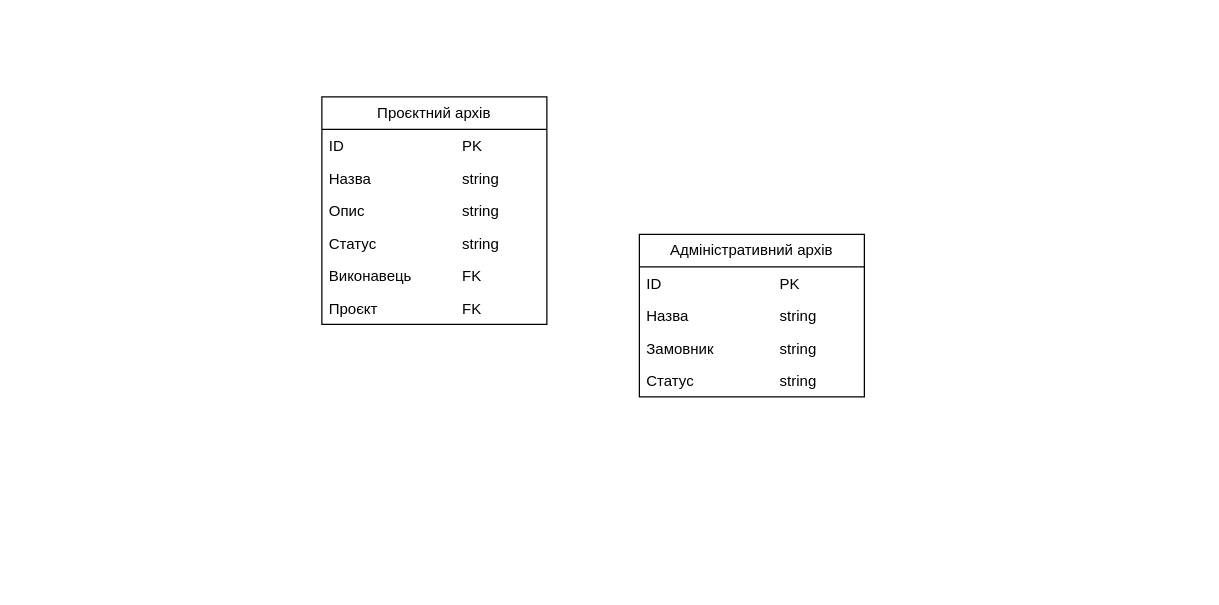
Earlier version of the draw.io diagram Діаграма без назви.drawio (IKatiaI/ads-nahorna-kp13). Source tidied: cells renumbered, new cells numbered last; positions are measured from the earlier drawing's top-left corner, leaving out a move shared by most shapes. Both pictures are drawn from the tidied source at 125%, with x=0, y=0 at pixel (321, 96).
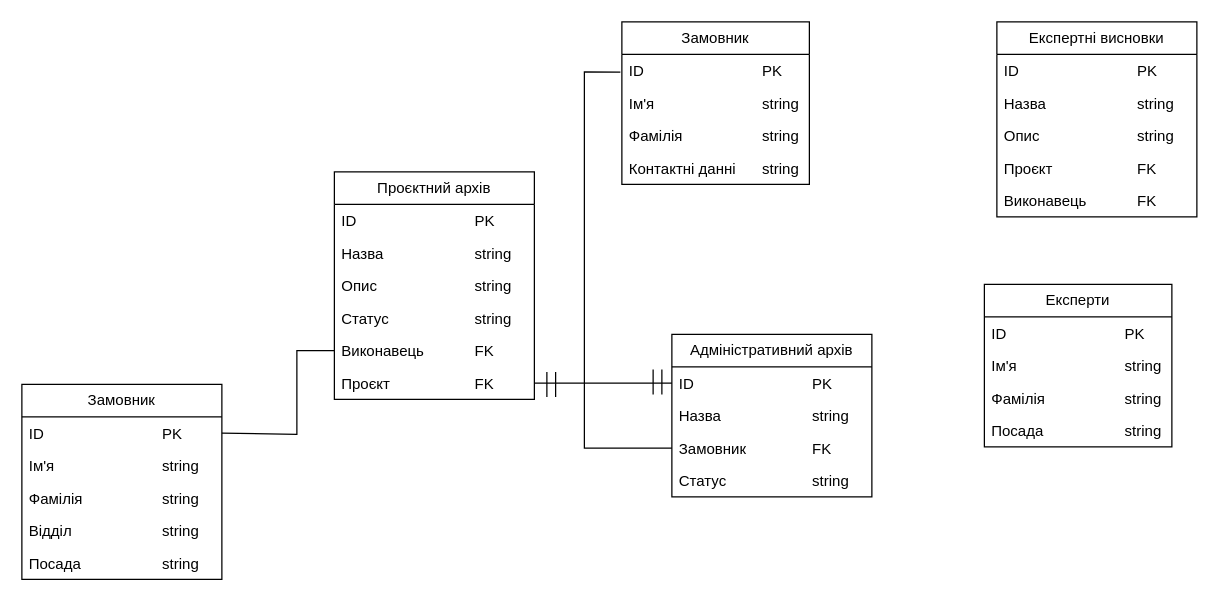
After the change.

The edit, as a diff of the source:
```diff
@@
     <mxCell id="2" value="Адміністративний архів" style="swimlane;fontStyle=0;horizontal=1;startSize=26;fillColor=none;whiteSpace=wrap;html=1;" parent="1" vertex="1">
-      <mxGeometry x="254" y="110" width="180" height="130" as="geometry" />
+      <mxGeometry x="280" y="190" width="160" height="130" as="geometry" />
     </mxCell>
     <mxCell id="3" value="ID&amp;nbsp;&lt;span style=&quot;white-space: pre;&quot;&gt;&#9;&lt;/span&gt;&lt;span style=&quot;white-space: pre;&quot;&gt;&#9;&lt;/span&gt;&lt;span style=&quot;white-space: pre;&quot;&gt;&#9;&lt;/span&gt;&lt;span style=&quot;white-space: pre;&quot;&gt;&#9;&lt;/span&gt;PK" style="text;strokeColor=none;fillColor=none;align=left;verticalAlign=top;spacingLeft=4;spacingRight=4;overflow=hidden;points=[[0,0.5],[1,0.5]];portConstraint=eastwest;whiteSpace=wrap;html=1;" parent="2" vertex="1">
-      <mxGeometry y="26" width="180" height="26" as="geometry" />
+      <mxGeometry y="26" width="160" height="26" as="geometry" />
     </mxCell>
     <mxCell id="4" value="Назва&lt;span style=&quot;white-space: pre;&quot;&gt;&#9;&lt;/span&gt;&lt;span style=&quot;white-space: pre;&quot;&gt;&#9;&lt;/span&gt;&lt;span style=&quot;white-space: pre;&quot;&gt;&#9;&lt;/span&gt;string" style="text;strokeColor=none;fillColor=none;align=left;verticalAlign=top;spacingLeft=4;spacingRight=4;overflow=hidden;whiteSpace=wrap;html=1;" parent="2" vertex="1">
-      <mxGeometry y="52" width="180" height="26" as="geometry" />
+      <mxGeometry y="52" width="160" height="26" as="geometry" />
     </mxCell>
-    <mxCell id="5" value="Замовник&lt;span style=&quot;white-space: pre;&quot;&gt;&#9;&lt;/span&gt;&lt;span style=&quot;white-space: pre;&quot;&gt;&#9;&lt;/span&gt;string" style="text;strokeColor=none;fillColor=none;align=left;verticalAlign=top;spacingLeft=4;spacingRight=4;overflow=hidden;points=[[0,0.5],[1,0.5]];portConstraint=eastwest;whiteSpace=wrap;html=1;" parent="2" vertex="1">
-      <mxGeometry y="78" width="180" height="26" as="geometry" />
+    <mxCell id="5" value="Замовник&lt;span style=&quot;white-space: pre;&quot;&gt;&#9;&lt;/span&gt;&lt;span style=&quot;white-space: pre;&quot;&gt;&#9;&lt;/span&gt;FK" style="text;strokeColor=none;fillColor=none;align=left;verticalAlign=top;spacingLeft=4;spacingRight=4;overflow=hidden;points=[[0,0.5],[1,0.5]];portConstraint=eastwest;whiteSpace=wrap;html=1;" parent="2" vertex="1">
+      <mxGeometry y="78" width="160" height="26" as="geometry" />
     </mxCell>
     <mxCell id="6" value="Статус&lt;span style=&quot;white-space: pre;&quot;&gt;&#9;&lt;/span&gt;&lt;span style=&quot;white-space: pre;&quot;&gt;&#9;&lt;/span&gt;&lt;span style=&quot;white-space: pre;&quot;&gt;&#9;&lt;/span&gt;string" style="text;strokeColor=none;fillColor=none;align=left;verticalAlign=top;spacingLeft=4;spacingRight=4;overflow=hidden;whiteSpace=wrap;html=1;" parent="2" vertex="1">
-      <mxGeometry y="104" width="180" height="26" as="geometry" />
+      <mxGeometry y="104" width="160" height="26" as="geometry" />
     </mxCell>
     <mxCell id="7" value="Проєктний архів" style="swimlane;fontStyle=0;horizontal=1;startSize=26;fillColor=none;whiteSpace=wrap;html=1;" parent="1" vertex="1">
-      <mxGeometry width="180" height="182" as="geometry" />
+      <mxGeometry x="10" y="60" width="160" height="182" as="geometry" />
     </mxCell>
     <mxCell id="8" value="ID&amp;nbsp;&lt;span style=&quot;white-space: pre;&quot;&gt;&#9;&lt;/span&gt;&lt;span style=&quot;white-space: pre;&quot;&gt;&#9;&lt;/span&gt;&lt;span style=&quot;white-space: pre;&quot;&gt;&#9;&lt;/span&gt;&lt;span style=&quot;white-space: pre;&quot;&gt;&#9;&lt;/span&gt;PK" style="text;strokeColor=none;fillColor=none;align=left;verticalAlign=top;spacingLeft=4;spacingRight=4;overflow=hidden;whiteSpace=wrap;html=1;" parent="7" vertex="1">
-      <mxGeometry y="26" width="180" height="26" as="geometry" />
+      <mxGeometry y="26" width="160" height="26" as="geometry" />
     </mxCell>
     <mxCell id="9" value="Назва&lt;span style=&quot;white-space: pre;&quot;&gt;&#9;&lt;/span&gt;&lt;span style=&quot;white-space: pre;&quot;&gt;&#9;&lt;/span&gt;&lt;span style=&quot;white-space: pre;&quot;&gt;&#9;&lt;/span&gt;string" style="text;strokeColor=none;fillColor=none;align=left;verticalAlign=top;spacingLeft=4;spacingRight=4;overflow=hidden;whiteSpace=wrap;html=1;" parent="7" vertex="1">
-      <mxGeometry y="52" width="180" height="26" as="geometry" />
+      <mxGeometry y="52" width="160" height="26" as="geometry" />
     </mxCell>
     <mxCell id="10" value="Опис&lt;span style=&quot;white-space: pre;&quot;&gt;&#9;&lt;/span&gt;&lt;span style=&quot;white-space: pre;&quot;&gt;&#9;&lt;/span&gt;&lt;span style=&quot;white-space: pre;&quot;&gt;&#9;&lt;/span&gt;string" style="text;strokeColor=none;fillColor=none;align=left;verticalAlign=top;spacingLeft=4;spacingRight=4;overflow=hidden;whiteSpace=wrap;html=1;" parent="7" vertex="1">
-      <mxGeometry y="78" width="180" height="26" as="geometry" />
+      <mxGeometry y="78" width="160" height="26" as="geometry" />
     </mxCell>
     <mxCell id="11" value="Статус&lt;span style=&quot;white-space: pre;&quot;&gt;&#9;&lt;/span&gt;&lt;span style=&quot;white-space: pre;&quot;&gt;&#9;&lt;/span&gt;&lt;span style=&quot;white-space: pre;&quot;&gt;&#9;&lt;/span&gt;string" style="text;strokeColor=none;fillColor=none;align=left;verticalAlign=top;spacingLeft=4;spacingRight=4;overflow=hidden;whiteSpace=wrap;html=1;" parent="7" vertex="1">
-      <mxGeometry y="104" width="180" height="26" as="geometry" />
+      <mxGeometry y="104" width="160" height="26" as="geometry" />
     </mxCell>
     <mxCell id="12" value="Виконавець&lt;span style=&quot;white-space: pre;&quot;&gt;&#9;&lt;/span&gt;&lt;span style=&quot;white-space: pre;&quot;&gt;&#9;&lt;/span&gt;FK" style="text;strokeColor=none;fillColor=none;align=left;verticalAlign=top;spacingLeft=4;spacingRight=4;overflow=hidden;points=[[0,0.5],[1,0.5]];portConstraint=eastwest;whiteSpace=wrap;html=1;" parent="7" vertex="1">
-      <mxGeometry y="130" width="180" height="26" as="geometry" />
+      <mxGeometry y="130" width="160" height="26" as="geometry" />
     </mxCell>
     <mxCell id="13" value="Проєкт&lt;span style=&quot;white-space: pre;&quot;&gt;&#9;&lt;/span&gt;&lt;span style=&quot;white-space: pre;&quot;&gt;&#9;&lt;/span&gt;&lt;span style=&quot;white-space: pre;&quot;&gt;&#9;&lt;/span&gt;FK" style="text;strokeColor=none;fillColor=none;align=left;verticalAlign=top;spacingLeft=4;spacingRight=4;overflow=hidden;points=[[0,0.5],[1,0.5]];portConstraint=eastwest;whiteSpace=wrap;html=1;" parent="7" vertex="1">
-      <mxGeometry y="156" width="180" height="26" as="geometry" />
+      <mxGeometry y="156" width="160" height="26" as="geometry" />
     </mxCell>
+    <mxCell id="14" value="Замовник" style="swimlane;fontStyle=0;horizontal=1;startSize=26;fillColor=none;whiteSpace=wrap;html=1;" parent="1" vertex="1">
+      <mxGeometry x="240" y="-60" width="150" height="130" as="geometry" />
+    </mxCell>
+    <mxCell id="15" value="ID&amp;nbsp;&lt;span style=&quot;white-space: pre;&quot;&gt;&#9;&lt;/span&gt;&lt;span style=&quot;white-space: pre;&quot;&gt;&#9;&lt;/span&gt;&lt;span style=&quot;white-space: pre;&quot;&gt;&#9;&lt;/span&gt;&lt;span style=&quot;white-space: pre;&quot;&gt;&#9;&lt;/span&gt;PK" style="text;strokeColor=none;fillColor=none;align=left;verticalAlign=top;spacingLeft=4;spacingRight=4;overflow=hidden;points=[[0,0.5],[1,0.5]];portConstraint=eastwest;whiteSpace=wrap;html=1;" parent="14" vertex="1">
+      <mxGeometry y="26" width="150" height="26" as="geometry" />
+    </mxCell>
+    <mxCell id="16" value="Ім'я&lt;span style=&quot;white-space: pre;&quot;&gt;&#9;&lt;/span&gt;&lt;span style=&quot;white-space: pre;&quot;&gt;&#9;&lt;/span&gt;&lt;span style=&quot;white-space: pre;&quot;&gt;&#9;&lt;/span&gt;&lt;span style=&quot;white-space: pre;&quot;&gt;&#9;&lt;/span&gt;string" style="text;strokeColor=none;fillColor=none;align=left;verticalAlign=top;spacingLeft=4;spacingRight=4;overflow=hidden;whiteSpace=wrap;html=1;" parent="14" vertex="1">
+      <mxGeometry y="52" width="150" height="26" as="geometry" />
+    </mxCell>
+    <mxCell id="17" value="Фамілія&lt;span style=&quot;white-space: pre;&quot;&gt;&#9;&lt;/span&gt;&lt;span style=&quot;white-space: pre;&quot;&gt;&#9;&lt;/span&gt;&lt;span style=&quot;white-space: pre;&quot;&gt;&#9;&lt;/span&gt;string" style="text;strokeColor=none;fillColor=none;align=left;verticalAlign=top;spacingLeft=4;spacingRight=4;overflow=hidden;whiteSpace=wrap;html=1;" parent="14" vertex="1">
+      <mxGeometry y="78" width="150" height="26" as="geometry" />
+    </mxCell>
+    <mxCell id="18" value="Контактні данні&lt;span style=&quot;white-space: pre;&quot;&gt;&#9;&lt;/span&gt;string" style="text;strokeColor=none;fillColor=none;align=left;verticalAlign=top;spacingLeft=4;spacingRight=4;overflow=hidden;whiteSpace=wrap;html=1;" parent="14" vertex="1">
+      <mxGeometry y="104" width="150" height="26" as="geometry" />
+    </mxCell>
+    <mxCell id="19" value="Замовник" style="swimlane;fontStyle=0;horizontal=1;startSize=26;fillColor=none;whiteSpace=wrap;html=1;" parent="1" vertex="1">
+      <mxGeometry x="-240" y="230" width="160" height="156" as="geometry" />
+    </mxCell>
+    <mxCell id="20" value="ID&amp;nbsp;&lt;span style=&quot;white-space: pre;&quot;&gt;&#9;&lt;/span&gt;&lt;span style=&quot;white-space: pre;&quot;&gt;&#9;&lt;/span&gt;&lt;span style=&quot;white-space: pre;&quot;&gt;&#9;&lt;/span&gt;&lt;span style=&quot;white-space: pre;&quot;&gt;&#9;&lt;/span&gt;PK" style="text;strokeColor=none;fillColor=none;align=left;verticalAlign=top;spacingLeft=4;spacingRight=4;overflow=hidden;points=[[0,0.5],[1,0.5]];portConstraint=eastwest;whiteSpace=wrap;html=1;" parent="19" vertex="1">
+      <mxGeometry y="26" width="160" height="26" as="geometry" />
+    </mxCell>
+    <mxCell id="21" value="Ім'я&lt;span style=&quot;white-space: pre;&quot;&gt;&#9;&lt;/span&gt;&lt;span style=&quot;white-space: pre;&quot;&gt;&#9;&lt;/span&gt;&lt;span style=&quot;white-space: pre;&quot;&gt;&#9;&lt;/span&gt;&lt;span style=&quot;white-space: pre;&quot;&gt;&#9;&lt;/span&gt;string" style="text;strokeColor=none;fillColor=none;align=left;verticalAlign=top;spacingLeft=4;spacingRight=4;overflow=hidden;whiteSpace=wrap;html=1;" parent="19" vertex="1">
+      <mxGeometry y="52" width="160" height="26" as="geometry" />
+    </mxCell>
+    <mxCell id="22" value="Фамілія&lt;span style=&quot;white-space: pre;&quot;&gt;&#9;&lt;/span&gt;&lt;span style=&quot;white-space: pre;&quot;&gt;&#9;&lt;/span&gt;&lt;span style=&quot;white-space: pre;&quot;&gt;&#9;&lt;/span&gt;string" style="text;strokeColor=none;fillColor=none;align=left;verticalAlign=top;spacingLeft=4;spacingRight=4;overflow=hidden;whiteSpace=wrap;html=1;" parent="19" vertex="1">
+      <mxGeometry y="78" width="160" height="26" as="geometry" />
+    </mxCell>
+    <mxCell id="23" value="Відділ&lt;span style=&quot;white-space: pre;&quot;&gt;&#9;&lt;/span&gt;&lt;span style=&quot;white-space: pre;&quot;&gt;&#9;&lt;/span&gt;&lt;span style=&quot;white-space: pre;&quot;&gt;&#9;&lt;/span&gt;string" style="text;strokeColor=none;fillColor=none;align=left;verticalAlign=top;spacingLeft=4;spacingRight=4;overflow=hidden;whiteSpace=wrap;html=1;" parent="19" vertex="1">
+      <mxGeometry y="104" width="160" height="26" as="geometry" />
+    </mxCell>
+    <mxCell id="24" value="Посада&lt;span style=&quot;white-space: pre;&quot;&gt;&#9;&lt;/span&gt;&lt;span style=&quot;white-space: pre;&quot;&gt;&#9;&lt;/span&gt;&lt;span style=&quot;white-space: pre;&quot;&gt;&#9;&lt;/span&gt;string" style="text;strokeColor=none;fillColor=none;align=left;verticalAlign=top;spacingLeft=4;spacingRight=4;overflow=hidden;whiteSpace=wrap;html=1;" parent="19" vertex="1">
+      <mxGeometry y="130" width="160" height="26" as="geometry" />
+    </mxCell>
+    <mxCell id="25" value="Експерти" style="swimlane;fontStyle=0;horizontal=1;startSize=26;fillColor=none;whiteSpace=wrap;html=1;" parent="1" vertex="1">
+      <mxGeometry x="530" y="150" width="150" height="130" as="geometry" />
+    </mxCell>
+    <mxCell id="26" value="ID&amp;nbsp;&lt;span style=&quot;white-space: pre;&quot;&gt;&#9;&lt;/span&gt;&lt;span style=&quot;white-space: pre;&quot;&gt;&#9;&lt;/span&gt;&lt;span style=&quot;white-space: pre;&quot;&gt;&#9;&lt;/span&gt;&lt;span style=&quot;white-space: pre;&quot;&gt;&#9;&lt;/span&gt;PK" style="text;strokeColor=none;fillColor=none;align=left;verticalAlign=top;spacingLeft=4;spacingRight=4;overflow=hidden;whiteSpace=wrap;html=1;" parent="25" vertex="1">
+      <mxGeometry y="26" width="150" height="26" as="geometry" />
+    </mxCell>
+    <mxCell id="27" value="Ім'я&lt;span style=&quot;white-space: pre;&quot;&gt;&#9;&lt;/span&gt;&lt;span style=&quot;white-space: pre;&quot;&gt;&#9;&lt;/span&gt;&lt;span style=&quot;white-space: pre;&quot;&gt;&#9;&lt;/span&gt;&lt;span style=&quot;white-space: pre;&quot;&gt;&#9;&lt;/span&gt;string" style="text;strokeColor=none;fillColor=none;align=left;verticalAlign=top;spacingLeft=4;spacingRight=4;overflow=hidden;whiteSpace=wrap;html=1;" parent="25" vertex="1">
+      <mxGeometry y="52" width="150" height="26" as="geometry" />
+    </mxCell>
+    <mxCell id="28" value="Фамілія&lt;span style=&quot;white-space: pre;&quot;&gt;&#9;&lt;/span&gt;&lt;span style=&quot;white-space: pre;&quot;&gt;&#9;&lt;/span&gt;&lt;span style=&quot;white-space: pre;&quot;&gt;&#9;&lt;/span&gt;string" style="text;strokeColor=none;fillColor=none;align=left;verticalAlign=top;spacingLeft=4;spacingRight=4;overflow=hidden;whiteSpace=wrap;html=1;" parent="25" vertex="1">
+      <mxGeometry y="78" width="150" height="26" as="geometry" />
+    </mxCell>
+    <mxCell id="29" value="Посада&lt;span style=&quot;white-space: pre;&quot;&gt;&#9;&lt;/span&gt;&lt;span style=&quot;white-space: pre;&quot;&gt;&#9;&lt;/span&gt;&lt;span style=&quot;white-space: pre;&quot;&gt;&#9;&lt;/span&gt;string" style="text;strokeColor=none;fillColor=none;align=left;verticalAlign=top;spacingLeft=4;spacingRight=4;overflow=hidden;whiteSpace=wrap;html=1;" parent="25" vertex="1">
+      <mxGeometry y="104" width="150" height="26" as="geometry" />
+    </mxCell>
+    <mxCell id="30" value="Експертні висновки" style="swimlane;fontStyle=0;horizontal=1;startSize=26;fillColor=none;whiteSpace=wrap;html=1;" parent="1" vertex="1">
+      <mxGeometry x="540" y="-60" width="160" height="156" as="geometry" />
+    </mxCell>
+    <mxCell id="31" value="ID&amp;nbsp;&lt;span style=&quot;white-space: pre;&quot;&gt;&#9;&lt;/span&gt;&lt;span style=&quot;white-space: pre;&quot;&gt;&#9;&lt;/span&gt;&lt;span style=&quot;white-space: pre;&quot;&gt;&#9;&lt;/span&gt;&lt;span style=&quot;white-space: pre;&quot;&gt;&#9;&lt;/span&gt;PK" style="text;strokeColor=none;fillColor=none;align=left;verticalAlign=top;spacingLeft=4;spacingRight=4;overflow=hidden;whiteSpace=wrap;html=1;" parent="30" vertex="1">
+      <mxGeometry y="26" width="160" height="26" as="geometry" />
+    </mxCell>
+    <mxCell id="32" value="Назва&lt;span style=&quot;white-space: pre;&quot;&gt;&#9;&lt;/span&gt;&lt;span style=&quot;white-space: pre;&quot;&gt;&#9;&lt;/span&gt;&lt;span style=&quot;white-space: pre;&quot;&gt;&#9;&lt;/span&gt;string" style="text;strokeColor=none;fillColor=none;align=left;verticalAlign=top;spacingLeft=4;spacingRight=4;overflow=hidden;whiteSpace=wrap;html=1;" parent="30" vertex="1">
+      <mxGeometry y="52" width="160" height="26" as="geometry" />
+    </mxCell>
+    <mxCell id="33" value="Опис&lt;span style=&quot;white-space: pre;&quot;&gt;&#9;&lt;/span&gt;&lt;span style=&quot;white-space: pre;&quot;&gt;&#9;&lt;/span&gt;&lt;span style=&quot;white-space: pre;&quot;&gt;&#9;&lt;/span&gt;string" style="text;strokeColor=none;fillColor=none;align=left;verticalAlign=top;spacingLeft=4;spacingRight=4;overflow=hidden;whiteSpace=wrap;html=1;" parent="30" vertex="1">
+      <mxGeometry y="78" width="160" height="26" as="geometry" />
+    </mxCell>
+    <mxCell id="34" value="Проєкт&lt;span style=&quot;white-space: pre;&quot;&gt;&#9;&lt;/span&gt;&lt;span style=&quot;white-space: pre;&quot;&gt;&#9;&lt;/span&gt;&lt;span style=&quot;white-space: pre;&quot;&gt;&#9;&lt;/span&gt;FK" style="text;strokeColor=none;fillColor=none;align=left;verticalAlign=top;spacingLeft=4;spacingRight=4;overflow=hidden;whiteSpace=wrap;html=1;" parent="30" vertex="1">
+      <mxGeometry y="104" width="160" height="26" as="geometry" />
+    </mxCell>
+    <mxCell id="35" value="Виконавець&lt;span style=&quot;white-space: pre;&quot;&gt;&#9;&lt;/span&gt;&lt;span style=&quot;white-space: pre;&quot;&gt;&#9;&lt;/span&gt;FK" style="text;strokeColor=none;fillColor=none;align=left;verticalAlign=top;spacingLeft=4;spacingRight=4;overflow=hidden;whiteSpace=wrap;html=1;" parent="30" vertex="1">
+      <mxGeometry y="130" width="160" height="26" as="geometry" />
+    </mxCell>
+    <mxCell id="36" style="endArrow=none;html=1;rounded=0;exitX=0;exitY=0.5;exitDx=0;exitDy=0;entryX=1;entryY=0.5;entryDx=0;entryDy=0;" parent="1" edge="1" source="3" target="13">
+      <mxGeometry relative="1" as="geometry" />
+    </mxCell>
+    <mxCell id="37" style="endArrow=none;html=1;rounded=0;entryX=0;entryY=0.5;entryDx=0;entryDy=0;exitX=1;exitY=0.5;exitDx=0;exitDy=0;" parent="1" edge="1" source="20" target="12">
+      <mxGeometry relative="1" as="geometry">
+        <Array as="points">
+          <mxPoint x="-20" y="270" />
+          <mxPoint x="-20" y="203" />
+        </Array>
+      </mxGeometry>
+    </mxCell>
+    <mxCell id="38" style="endArrow=none;html=1;rounded=0;exitX=0;exitY=0.5;exitDx=0;exitDy=0;entryX=-0.008;entryY=0.546;entryDx=0;entryDy=0;entryPerimeter=0;" parent="1" edge="1" source="5" target="15">
+      <mxGeometry relative="1" as="geometry">
+        <Array as="points">
+          <mxPoint x="210" y="281" />
+          <mxPoint x="210" y="-20" />
+        </Array>
+      </mxGeometry>
+    </mxCell>
+    <mxCell id="39" style="endArrow=none;html=1;rounded=0;" parent="1" edge="1">
+      <mxGeometry relative="1" as="geometry">
+        <mxPoint x="265" y="238" as="sourcePoint" />
+        <mxPoint x="265" y="218" as="targetPoint" />
+      </mxGeometry>
+    </mxCell>
+    <mxCell id="40" style="endArrow=none;html=1;rounded=0;" parent="1" edge="1">
+      <mxGeometry relative="1" as="geometry">
+        <mxPoint x="272" y="238" as="sourcePoint" />
+        <mxPoint x="272" y="218" as="targetPoint" />
+      </mxGeometry>
+    </mxCell>
+    <mxCell id="41" style="endArrow=none;html=1;rounded=0;" parent="1" edge="1">
+      <mxGeometry relative="1" as="geometry">
+        <mxPoint x="180" y="240" as="sourcePoint" />
+        <mxPoint x="180" y="220" as="targetPoint" />
+      </mxGeometry>
+    </mxCell>
+    <mxCell id="42" style="endArrow=none;html=1;rounded=0;" parent="1" edge="1">
+      <mxGeometry relative="1" as="geometry">
+        <mxPoint x="187" y="240" as="sourcePoint" />
+        <mxPoint x="187" y="220" as="targetPoint" />
+      </mxGeometry>
+    </mxCell>
```
